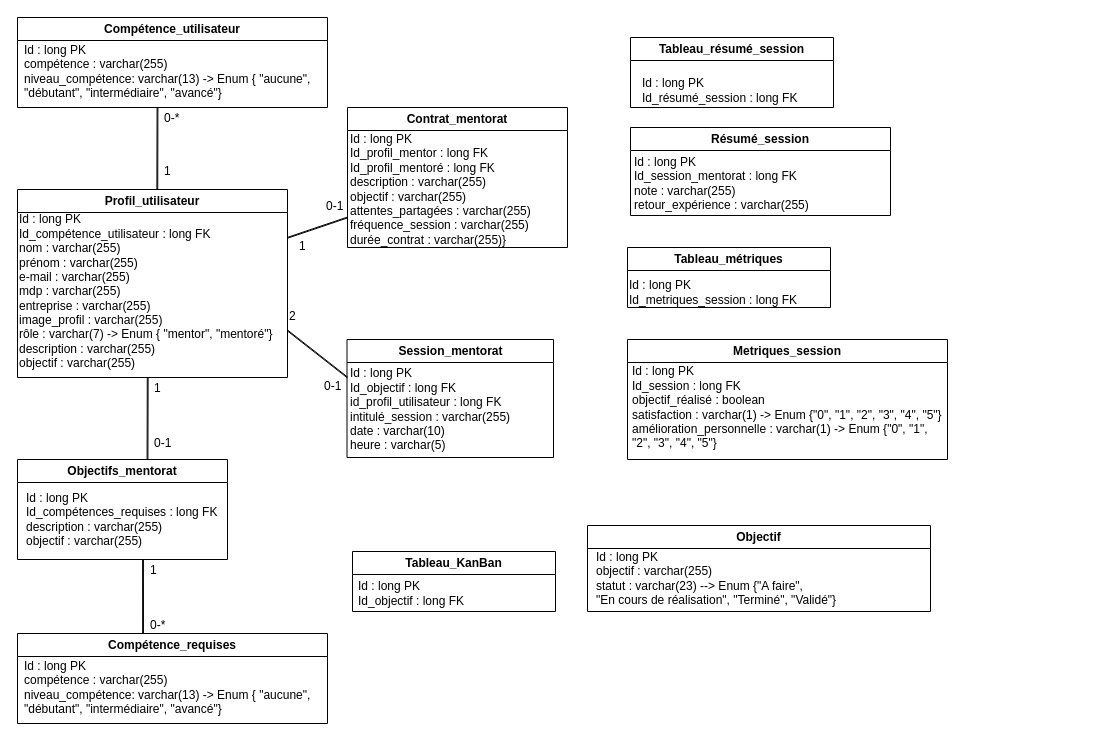
Above: Modèle de domaine/Untitled Diagram.drawio in qbeAccountPro/beraud-quentin-projet-3 (draw.io), before the change. Source tidied: cells renumbered, new cells numbered last; positions are measured from the earlier drawing's top-left corner, leaving out a move shared by most shapes. Both pictures are drawn from the tidied source at 100%, with x=0, y=0 at pixel (17, 17).
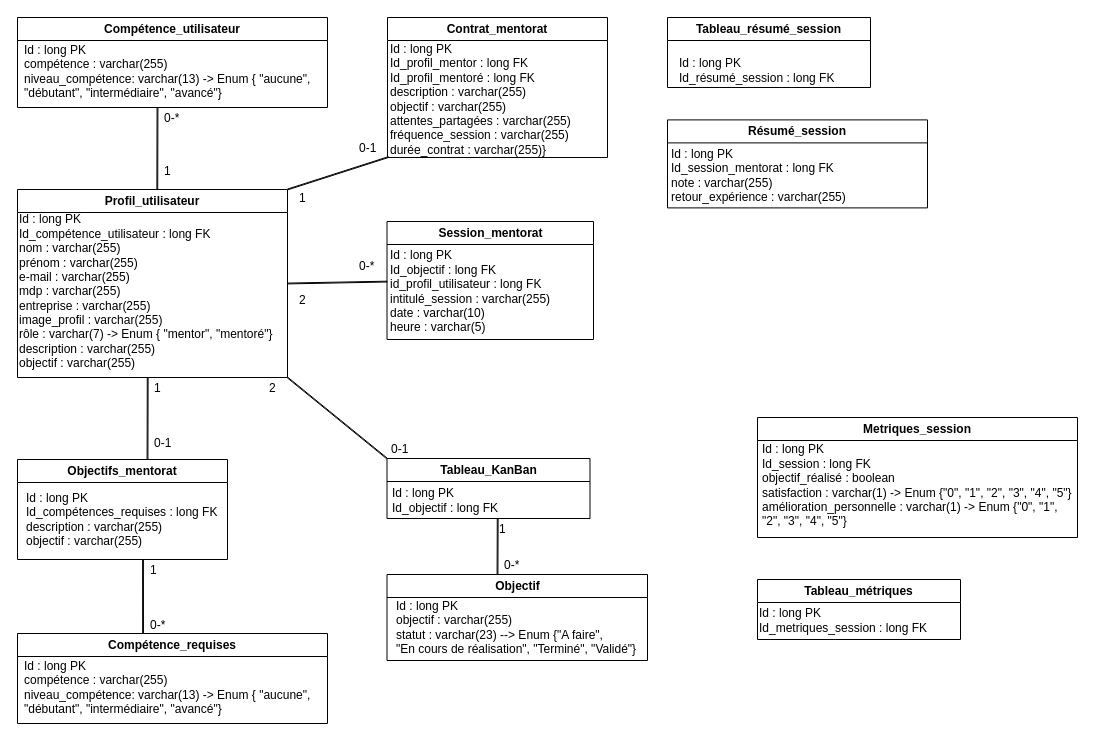
The same diagram, later.

Commit message:
Mettre à jour Untitled Diagram.drawio

Unchanged cells that the change refers to:
```xml
<mxCell id="3" value="Profil_utilisateur" style="swimlane;whiteSpace=wrap;html=1;" parent="1" vertex="1">
  <mxGeometry y="172" width="270" height="188" as="geometry" />
</mxCell>
<mxCell id="8" value="Id : long PK&lt;br&gt;Id_profil_mentor : long FK&lt;br&gt;Id_profil_mentoré : long FK&lt;br&gt;description : varchar(255)&lt;br&gt;objectif : varchar(255)&lt;br&gt;attentes_partagées : varchar(255)&lt;br&gt;fréquence_session : varchar(255)&lt;br&gt;durée_contrat : varchar(255)}" style="text;html=1;strokeColor=none;fillColor=none;align=left;verticalAlign=middle;whiteSpace=wrap;rounded=1;fontStyle=0;" parent="7" vertex="1">
  <mxGeometry x="1.2" y="24.5" width="200" height="115" as="geometry" />
</mxCell>
<mxCell id="10" value="Id : long PK&lt;br&gt;Id_objectif : long FK&lt;br&gt;id_profil_utilisateur : long FK&lt;br&gt;intitulé_session : varchar(255)&lt;br&gt;date : varchar(10)&lt;br&gt;heure : varchar(5)" style="text;html=1;strokeColor=none;fillColor=none;align=left;verticalAlign=middle;whiteSpace=wrap;rounded=1;fontStyle=0;" parent="9" vertex="1">
  <mxGeometry x="1.8" y="39" width="203" height="61" as="geometry" />
</mxCell>
```

What changed in the source:
```diff
@@
     <mxCell id="7" value="Contrat_mentorat" style="swimlane;whiteSpace=wrap;html=1;" parent="1" vertex="1">
-      <mxGeometry x="330" y="90" width="220" height="140" as="geometry" />
+      <mxGeometry x="370" width="220" height="140" as="geometry" />
     </mxCell>
@@
     <mxCell id="9" value="Session_mentorat" style="swimlane;whiteSpace=wrap;html=1;startSize=23;" parent="1" vertex="1">
-      <mxGeometry x="329.5" y="322" width="206.5" height="118" as="geometry" />
+      <mxGeometry x="369.5" y="204" width="206.5" height="118" as="geometry" />
     </mxCell>
@@
     <mxCell id="11" value="Metriques_session" style="swimlane;whiteSpace=wrap;html=1;" parent="1" vertex="1">
-      <mxGeometry x="610" y="322" width="320" height="120" as="geometry" />
+      <mxGeometry x="740" y="400" width="320" height="120" as="geometry" />
     </mxCell>
     <mxCell id="12" value="Tableau_résumé_session" style="swimlane;whiteSpace=wrap;html=1;" parent="1" vertex="1">
-      <mxGeometry x="613" y="20" width="203" height="70" as="geometry" />
+      <mxGeometry x="650" width="203" height="70" as="geometry" />
     </mxCell>
     <mxCell id="13" value="Tableau_métriques" style="swimlane;whiteSpace=wrap;html=1;" parent="1" vertex="1">
-      <mxGeometry x="610" y="230" width="203" height="60" as="geometry" />
+      <mxGeometry x="740" y="562" width="203" height="60" as="geometry" />
     </mxCell>
-    <mxCell id="14" value="Id : long PK&lt;br&gt;Id_metriques_session&amp;nbsp;: long FK" style="text;html=1;strokeColor=none;fillColor=none;align=left;verticalAlign=middle;whiteSpace=wrap;rounded=1;fontStyle=0;" parent="13" vertex="1">
-      <mxGeometry y="30" width="203" height="30" as="geometry" />
-    </mxCell>
     <mxCell id="15" value="Résumé_session" style="swimlane;whiteSpace=wrap;html=1;" parent="1" vertex="1">
-      <mxGeometry x="613" y="110" width="260" height="88" as="geometry" />
+      <mxGeometry x="650" y="102.4" width="260" height="88" as="geometry" />
     </mxCell>
@@
     <mxCell id="21" value="Objectif" style="swimlane;whiteSpace=wrap;html=1;" parent="1" vertex="1">
-      <mxGeometry x="570" y="508" width="343" height="86" as="geometry" />
+      <mxGeometry x="369.5" y="557" width="260.5" height="86" as="geometry" />
     </mxCell>
     <mxCell id="22" value="Id : long PK&lt;br&gt;objectif : varchar(255)&lt;br&gt;statut : varchar(23) --&amp;gt;&amp;nbsp;Enum {&quot;A faire&quot;,&amp;nbsp; &lt;br&gt;&quot;En cours de réalisation&quot;, &quot;Terminé&quot;, &quot;Validé&quot;}&amp;nbsp;" style="text;html=1;strokeColor=none;fillColor=none;align=left;verticalAlign=middle;whiteSpace=wrap;rounded=1;fontStyle=0;" parent="1" vertex="1">
-      <mxGeometry x="577" y="535" width="253" height="52" as="geometry" />
+      <mxGeometry x="376.5" y="584" width="253" height="52" as="geometry" />
     </mxCell>
     <mxCell id="23" value="Id : long PK&lt;br&gt;Id_session : long FK&lt;br&gt;objectif_réalisé : boolean&amp;nbsp;&lt;br&gt;satisfaction : varchar(1) -&amp;gt; Enum {&quot;0&quot;, &quot;1&quot;, &quot;2&quot;, &quot;3&quot;, &quot;4&quot;, &quot;5&quot;}&lt;br&gt;amélioration_personnelle : varchar(1)&amp;nbsp;-&amp;gt; Enum {&quot;0&quot;, &quot;1&quot;, &quot;2&quot;, &quot;3&quot;, &quot;4&quot;, &quot;5&quot;}" style="text;html=1;strokeColor=none;fillColor=none;align=left;verticalAlign=middle;whiteSpace=wrap;rounded=1;fontStyle=0;" parent="1" vertex="1">
-      <mxGeometry x="613" y="345" width="313" height="90" as="geometry" />
+      <mxGeometry x="743" y="423" width="313" height="90" as="geometry" />
     </mxCell>
     <mxCell id="24" value="Tableau_KanBan" style="swimlane;whiteSpace=wrap;html=1;" parent="1" vertex="1">
-      <mxGeometry x="335" y="534" width="203" height="60" as="geometry" />
+      <mxGeometry x="369.5" y="441" width="203" height="60" as="geometry" />
     </mxCell>
@@
     <mxCell id="26" value="Id : long PK&lt;br&gt;Id_résumé_session : long FK" style="text;html=1;strokeColor=none;fillColor=none;align=left;verticalAlign=middle;whiteSpace=wrap;rounded=1;fontStyle=0;" parent="1" vertex="1">
-      <mxGeometry x="623" y="58" width="203" height="30" as="geometry" />
+      <mxGeometry x="660" y="38" width="203" height="30" as="geometry" />
     </mxCell>
@@
-    <mxCell id="35" style="edgeStyle=none;shape=link;rounded=0;jettySize=auto;html=1;width=-0.8108108108108105;" parent="1" edge="1" source="3">
-      <mxGeometry relative="1" as="geometry">
-        <mxPoint x="330" y="200" as="targetPoint" />
-      </mxGeometry>
+    <mxCell id="35" style="edgeStyle=none;shape=link;rounded=0;jettySize=auto;html=1;width=-0.8108108108108105;entryX=0;entryY=1;entryDx=0;entryDy=0;exitX=1;exitY=0;exitDx=0;exitDy=0;" parent="1" edge="1" source="3" target="8">
+      <mxGeometry relative="1" as="geometry" />
     </mxCell>
     <mxCell id="36" value="1" style="text;html=1;strokeColor=none;fillColor=none;align=left;verticalAlign=middle;whiteSpace=wrap;rounded=1;fontStyle=0;" parent="1" vertex="1">
-      <mxGeometry x="280" y="220" width="20" height="18" as="geometry" />
+      <mxGeometry x="280" y="172" width="20" height="18" as="geometry" />
     </mxCell>
     <mxCell id="37" value="0-1" style="text;html=1;strokeColor=none;fillColor=none;align=left;verticalAlign=middle;whiteSpace=wrap;rounded=1;fontStyle=0;" parent="1" vertex="1">
-      <mxGeometry x="307" y="180" width="30" height="18" as="geometry" />
+      <mxGeometry x="340" y="122" width="30" height="18" as="geometry" />
     </mxCell>
-    <mxCell id="38" style="edgeStyle=none;shape=link;rounded=0;jettySize=auto;html=1;width=-0.8108108108108105;exitX=1;exitY=0.75;exitDx=0;exitDy=0;" parent="1" edge="1" source="3">
-      <mxGeometry relative="1" as="geometry">
-        <mxPoint x="330" y="360" as="targetPoint" />
-      </mxGeometry>
+    <mxCell id="38" style="edgeStyle=none;shape=link;rounded=0;jettySize=auto;html=1;width=-0.8108108108108105;entryX=-0.007;entryY=0.346;entryDx=0;entryDy=0;exitX=1;exitY=0.5;exitDx=0;exitDy=0;entryPerimeter=0;" parent="1" edge="1" source="3" target="10">
+      <mxGeometry relative="1" as="geometry" />
     </mxCell>
     <mxCell id="39" value="2" style="text;html=1;strokeColor=none;fillColor=none;align=left;verticalAlign=middle;whiteSpace=wrap;rounded=1;fontStyle=0;" parent="1" vertex="1">
-      <mxGeometry x="270" y="290" width="20" height="18" as="geometry" />
+      <mxGeometry x="280" y="274.4" width="20" height="18" as="geometry" />
     </mxCell>
     <mxCell id="40" value="0-1" style="text;html=1;strokeColor=none;fillColor=none;align=left;verticalAlign=middle;whiteSpace=wrap;rounded=1;fontStyle=0;" parent="1" vertex="1">
-      <mxGeometry x="305" y="360" width="30" height="18" as="geometry" />
+      <mxGeometry x="371.5" y="423" width="30" height="18" as="geometry" />
     </mxCell>
+    <mxCell id="41" style="edgeStyle=none;shape=link;rounded=0;jettySize=auto;html=1;width=-0.8108108108108105;entryX=0;entryY=0;entryDx=0;entryDy=0;exitX=1;exitY=1;exitDx=0;exitDy=0;" parent="1" edge="1" source="3" target="24">
+      <mxGeometry relative="1" as="geometry" />
+    </mxCell>
+    <mxCell id="42" value="2" style="text;html=1;strokeColor=none;fillColor=none;align=left;verticalAlign=middle;whiteSpace=wrap;rounded=1;fontStyle=0;" parent="1" vertex="1">
+      <mxGeometry x="250" y="362.4" width="30" height="18" as="geometry" />
+    </mxCell>
+    <mxCell id="43" value="0-*" style="text;html=1;strokeColor=none;fillColor=none;align=left;verticalAlign=middle;whiteSpace=wrap;rounded=1;fontStyle=0;" parent="1" vertex="1">
+      <mxGeometry x="339.5" y="240" width="30" height="18" as="geometry" />
+    </mxCell>
+    <mxCell id="44" style="edgeStyle=none;shape=link;rounded=0;orthogonalLoop=1;jettySize=auto;html=1;width=-0.8108108108108105;" parent="1" edge="1">
+      <mxGeometry relative="1" as="geometry">
+        <mxPoint x="480" y="557" as="sourcePoint" />
+        <mxPoint x="480.2" y="501" as="targetPoint" />
+      </mxGeometry>
+    </mxCell>
+    <mxCell id="45" value="1" style="text;html=1;strokeColor=none;fillColor=none;align=left;verticalAlign=middle;whiteSpace=wrap;rounded=1;fontStyle=0;" parent="1" vertex="1">
+      <mxGeometry x="479.8" y="503" width="20" height="18" as="geometry" />
+    </mxCell>
+    <mxCell id="46" value="0-*" style="text;html=1;strokeColor=none;fillColor=none;align=left;verticalAlign=middle;whiteSpace=wrap;rounded=1;fontStyle=0;" parent="1" vertex="1">
+      <mxGeometry x="485.2" y="539" width="24.8" height="18" as="geometry" />
+    </mxCell>
+    <mxCell id="14" value="Id : long PK&lt;br&gt;Id_metriques_session&amp;nbsp;: long FK" style="text;html=1;strokeColor=none;fillColor=none;align=left;verticalAlign=middle;whiteSpace=wrap;rounded=1;fontStyle=0;" parent="1" vertex="1">
+      <mxGeometry x="740" y="588" width="203" height="30" as="geometry" />
+    </mxCell>
```
